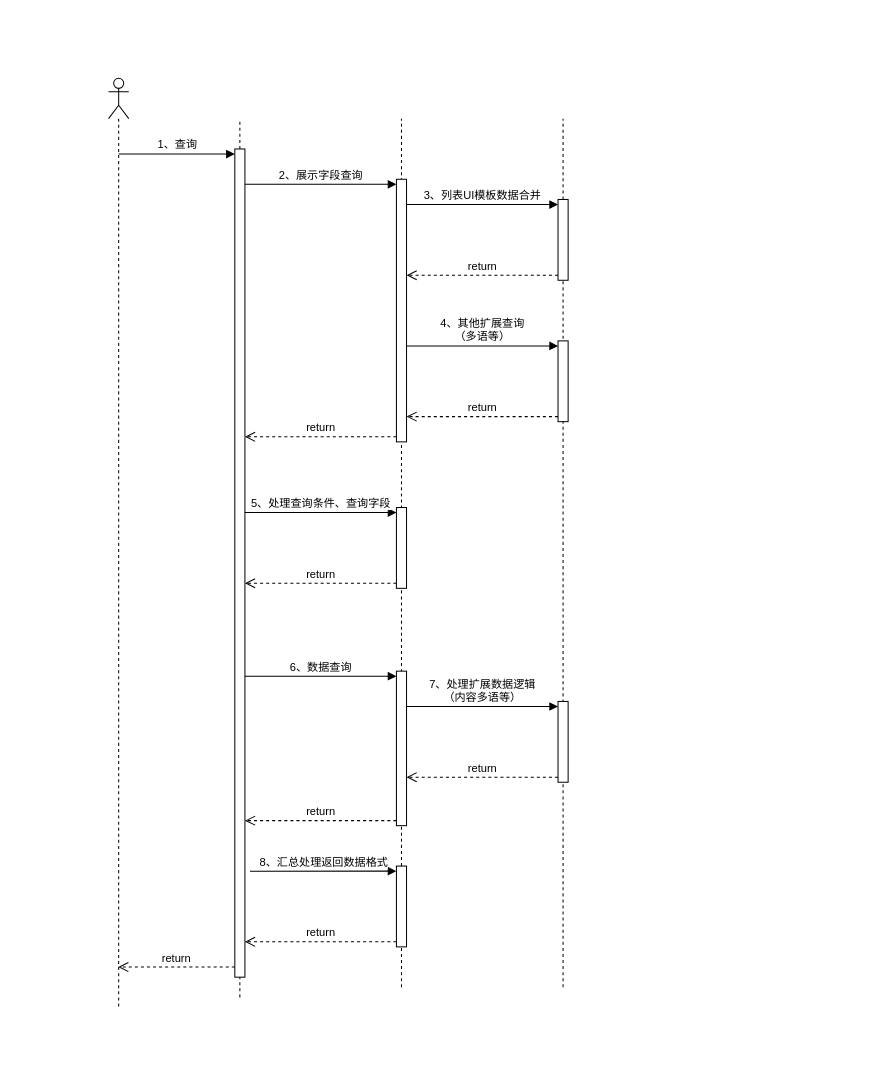
The draw.io diagram 架构图-数据-查询.drawio in Super-YYQ/drawIo, before the edit. Source tidied: cells renumbered, new cells numbered last; positions are measured from the earlier drawing's top-left corner, leaving out a move shared by most shapes. Both pictures are drawn from the tidied source at 101%, with x=0, y=0 at pixel (108, 78).
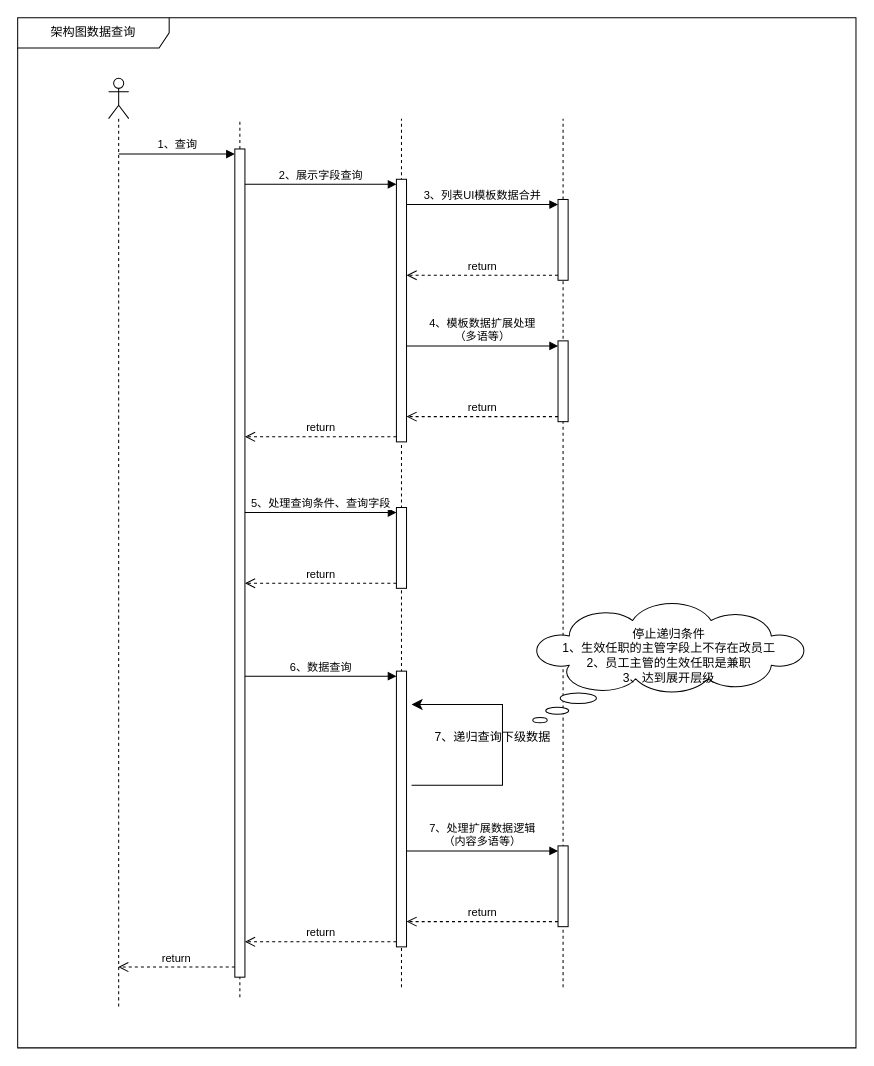
Above is the later version.

Commit message:
更新架构图-数据-查询.drawio

The change refers to these unchanged cells:
```xml
<mxCell id="6" style="html=1;points=[[0,0,0,0,5],[0,1,0,0,-5],[1,0,0,0,5],[1,1,0,0,-5]];perimeter=orthogonalPerimeter;outlineConnect=0;targetShapes=umlLifeline;portConstraint=eastwest;newEdgeStyle={&quot;curved&quot;:0,&quot;rounded&quot;:0};" parent="1" vertex="1">
  <mxGeometry x="125" y="70" width="10" height="820" as="geometry" />
</mxCell>
<mxCell id="9" style="html=1;points=[[0,0,0,0,5],[0,1,0,0,-5],[1,0,0,0,5],[1,1,0,0,-5]];perimeter=orthogonalPerimeter;outlineConnect=0;targetShapes=umlLifeline;portConstraint=eastwest;newEdgeStyle={&quot;curved&quot;:0,&quot;rounded&quot;:0};" parent="1" vertex="1">
  <mxGeometry x="285" y="100" width="10" height="260" as="geometry" />
</mxCell>
<mxCell id="15" style="html=1;points=[[0,0,0,0,5],[0,1,0,0,-5],[1,0,0,0,5],[1,1,0,0,-5]];perimeter=orthogonalPerimeter;outlineConnect=0;targetShapes=umlLifeline;portConstraint=eastwest;newEdgeStyle={&quot;curved&quot;:0,&quot;rounded&quot;:0};" parent="1" vertex="1">
  <mxGeometry x="445" y="260" width="10" height="80" as="geometry" />
</mxCell>
```

What changed in the source:
```diff
@@
-    <mxCell id="16" value="4、其他扩展查询&lt;br&gt;（多语等）" style="html=1;verticalAlign=bottom;endArrow=block;curved=0;rounded=0;entryX=0;entryY=0;entryDx=0;entryDy=5;" parent="1" edge="1" source="9" target="15">
+    <mxCell id="16" value="4、模板数据扩展处理&lt;br&gt;（多语等）" style="html=1;verticalAlign=bottom;endArrow=block;curved=0;rounded=0;entryX=0;entryY=0;entryDx=0;entryDy=5;" parent="1" edge="1" source="9" target="15">
       <mxGeometry relative="1" as="geometry" />
     </mxCell>
@@
     <mxCell id="18" style="html=1;points=[[0,0,0,0,5],[0,1,0,0,-5],[1,0,0,0,5],[1,1,0,0,-5]];perimeter=orthogonalPerimeter;outlineConnect=0;targetShapes=umlLifeline;portConstraint=eastwest;newEdgeStyle={&quot;curved&quot;:0,&quot;rounded&quot;:0};" parent="1" vertex="1">
-      <mxGeometry x="285" y="587" width="10" height="153" as="geometry" />
+      <mxGeometry x="285" y="587" width="10" height="273" as="geometry" />
     </mxCell>
@@
     <mxCell id="21" style="html=1;points=[[0,0,0,0,5],[0,1,0,0,-5],[1,0,0,0,5],[1,1,0,0,-5]];perimeter=orthogonalPerimeter;outlineConnect=0;targetShapes=umlLifeline;portConstraint=eastwest;newEdgeStyle={&quot;curved&quot;:0,&quot;rounded&quot;:0};" parent="1" vertex="1">
-      <mxGeometry x="445" y="617" width="10" height="80" as="geometry" />
+      <mxGeometry x="445" y="760" width="10" height="80" as="geometry" />
     </mxCell>
-    <mxCell id="22" value="7、处理扩展数据逻辑&lt;br&gt;（内容多语等）" style="html=1;verticalAlign=bottom;endArrow=block;curved=0;rounded=0;entryX=0;entryY=0;entryDx=0;entryDy=5;" parent="1" edge="1" source="18" target="21">
-      <mxGeometry relative="1" as="geometry" />
+    <mxCell id="22" value="7、处理扩展数据逻辑&lt;br&gt;（内容多语等）" style="html=1;verticalAlign=bottom;endArrow=block;curved=0;rounded=0;entryX=0;entryY=0;entryDx=0;entryDy=5;" parent="1" edge="1" target="21">
+      <mxGeometry relative="1" as="geometry">
+        <mxPoint x="295" y="765" as="sourcePoint" />
+      </mxGeometry>
     </mxCell>
-    <mxCell id="23" value="return" style="html=1;verticalAlign=bottom;endArrow=open;dashed=1;endSize=8;curved=0;rounded=0;exitX=0;exitY=1;exitDx=0;exitDy=-5;" parent="1" edge="1" source="21" target="18">
-      <mxGeometry relative="1" as="geometry" />
+    <mxCell id="23" value="return" style="html=1;verticalAlign=bottom;endArrow=open;dashed=1;endSize=8;curved=0;rounded=0;exitX=0;exitY=1;exitDx=0;exitDy=-5;" parent="1" edge="1" source="21">
+      <mxGeometry relative="1" as="geometry">
+        <mxPoint x="295" y="835" as="targetPoint" />
+      </mxGeometry>
     </mxCell>
@@
-    <mxCell id="27" style="html=1;points=[[0,0,0,0,5],[0,1,0,0,-5],[1,0,0,0,5],[1,1,0,0,-5]];perimeter=orthogonalPerimeter;outlineConnect=0;targetShapes=umlLifeline;portConstraint=eastwest;newEdgeStyle={&quot;curved&quot;:0,&quot;rounded&quot;:0};" parent="1" vertex="1">
-      <mxGeometry x="285" y="780" width="10" height="80" as="geometry" />
-    </mxCell>
-    <mxCell id="28" value="8、汇总处理返回数据格式" style="html=1;verticalAlign=bottom;endArrow=block;curved=0;rounded=0;entryX=0;entryY=0;entryDx=0;entryDy=5;exitX=1.5;exitY=0.872;exitDx=0;exitDy=0;exitPerimeter=0;" parent="1" edge="1" source="6" target="27">
-      <mxGeometry relative="1" as="geometry" />
-    </mxCell>
-    <mxCell id="29" value="return" style="html=1;verticalAlign=bottom;endArrow=open;dashed=1;endSize=8;curved=0;rounded=0;exitX=0;exitY=1;exitDx=0;exitDy=-5;" parent="1" edge="1" source="27" target="6">
-      <mxGeometry relative="1" as="geometry" />
-    </mxCell>
+    <mxCell id="30" style="edgeStyle=elbowEdgeStyle;elbow=horizontal;endArrow=classic;html=1;curved=0;rounded=0;endSize=8;startSize=8;entryX=1.5;entryY=0.121;entryDx=0;entryDy=0;entryPerimeter=0;" parent="1" edge="1" target="18">
+      <mxGeometry relative="1" as="geometry">
+        <mxPoint x="300" y="700" as="sourcePoint" />
+        <Array as="points">
+          <mxPoint x="390" y="660" />
+        </Array>
+      </mxGeometry>
+    </mxCell>
+    <mxCell id="31" value="7、递归查询下级数据" style="text;html=1;align=center;verticalAlign=middle;strokeColor=none;fillColor=none;" parent="1" vertex="1">
+      <mxGeometry x="310" y="638" width="140" height="30" as="geometry" />
+    </mxCell>
+    <mxCell id="32" value="停止递归条件&lt;br&gt;1、生效任职的主管字段上不存在改员工&lt;br&gt;2、员工主管的生效任职是兼职&lt;br&gt;3、达到展开层级&lt;br&gt;&lt;div&gt;&lt;br&gt;&lt;/div&gt;" style="whiteSpace=wrap;html=1;shape=mxgraph.basic.cloud_callout;" parent="1" vertex="1">
+      <mxGeometry x="420" y="520" width="270" height="118" as="geometry" />
+    </mxCell>
+    <mxCell id="33" value="架构图数据查询" style="shape=umlFrame;whiteSpace=wrap;html=1;width=150;height=30;" parent="1" vertex="1">
+      <mxGeometry x="-90" y="-60" width="830" height="1020" as="geometry" />
+    </mxCell>
```
